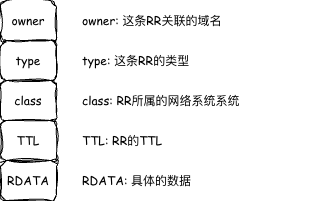
Above: source/_posts/DNSIntro/resource_record.png in theo1893/theo1893.github.io (draw.io), before the change. Source tidied: cells renumbered, new cells last; positions are measured from the earlier drawing's top-left corner, leaving out a move shared by most shapes.
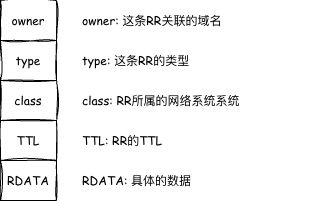
The same file after the commit.

Change to the diagram source:
```diff
@@ -2,19 +2,19 @@
   <root>
     <mxCell id="0" />
     <mxCell id="1" parent="0" />
-    <mxCell id="2" value="owner" style="rounded=1;whiteSpace=wrap;html=1;sketch=1;jiggle=2;curveFitting=1;strokeColor=default;align=center;verticalAlign=middle;fontFamily=Comic Sans MS;fontSize=12;fontColor=default;labelBackgroundColor=default;fillColor=default;" parent="1" vertex="1">
+    <mxCell id="2" value="owner" style="rounded=0;whiteSpace=wrap;html=1;sketch=1;jiggle=2;curveFitting=1;strokeColor=default;align=center;verticalAlign=middle;fontFamily=Comic Sans MS;fontSize=12;fontColor=default;labelBackgroundColor=default;fillColor=default;" parent="1" vertex="1">
       <mxGeometry width="56" height="40" as="geometry" />
     </mxCell>
-    <mxCell id="3" value="type" style="rounded=1;whiteSpace=wrap;html=1;sketch=1;jiggle=2;curveFitting=1;strokeColor=default;align=center;verticalAlign=middle;fontFamily=Comic Sans MS;fontSize=12;fontColor=default;labelBackgroundColor=default;fillColor=default;" parent="1" vertex="1">
+    <mxCell id="3" value="type" style="rounded=0;whiteSpace=wrap;html=1;sketch=1;jiggle=2;curveFitting=1;strokeColor=default;align=center;verticalAlign=middle;fontFamily=Comic Sans MS;fontSize=12;fontColor=default;labelBackgroundColor=default;fillColor=default;" parent="1" vertex="1">
       <mxGeometry y="40" width="56" height="40" as="geometry" />
     </mxCell>
-    <mxCell id="4" value="class" style="rounded=1;whiteSpace=wrap;html=1;sketch=1;jiggle=2;curveFitting=1;strokeColor=default;align=center;verticalAlign=middle;fontFamily=Comic Sans MS;fontSize=12;fontColor=default;labelBackgroundColor=default;fillColor=default;" parent="1" vertex="1">
+    <mxCell id="4" value="class" style="rounded=0;whiteSpace=wrap;html=1;sketch=1;jiggle=2;curveFitting=1;strokeColor=default;align=center;verticalAlign=middle;fontFamily=Comic Sans MS;fontSize=12;fontColor=default;labelBackgroundColor=default;fillColor=default;" parent="1" vertex="1">
       <mxGeometry y="80" width="56" height="40" as="geometry" />
     </mxCell>
-    <mxCell id="5" value="TTL" style="rounded=1;whiteSpace=wrap;html=1;sketch=1;jiggle=2;curveFitting=1;strokeColor=default;align=center;verticalAlign=middle;fontFamily=Comic Sans MS;fontSize=12;fontColor=default;labelBackgroundColor=default;fillColor=default;" parent="1" vertex="1">
+    <mxCell id="5" value="TTL" style="rounded=0;whiteSpace=wrap;html=1;sketch=1;jiggle=2;curveFitting=1;strokeColor=default;align=center;verticalAlign=middle;fontFamily=Comic Sans MS;fontSize=12;fontColor=default;labelBackgroundColor=default;fillColor=default;" parent="1" vertex="1">
       <mxGeometry y="120" width="56" height="40" as="geometry" />
     </mxCell>
-    <mxCell id="6" value="RDATA" style="rounded=1;whiteSpace=wrap;html=1;sketch=1;jiggle=2;curveFitting=1;strokeColor=default;align=center;verticalAlign=middle;fontFamily=Comic Sans MS;fontSize=12;fontColor=default;labelBackgroundColor=default;fillColor=default;" parent="1" vertex="1">
+    <mxCell id="6" value="RDATA" style="rounded=0;whiteSpace=wrap;html=1;sketch=1;jiggle=2;curveFitting=1;strokeColor=default;align=center;verticalAlign=middle;fontFamily=Comic Sans MS;fontSize=12;fontColor=default;labelBackgroundColor=default;fillColor=default;" parent="1" vertex="1">
       <mxGeometry y="160" width="56" height="40" as="geometry" />
     </mxCell>
     <mxCell id="7" value="owner: 这条RR关联的域名" style="text;html=1;whiteSpace=wrap;strokeColor=none;fillColor=none;align=left;verticalAlign=middle;rounded=0;fontFamily=Comic Sans MS;fontSize=12;fontColor=default;labelBackgroundColor=default;" parent="1" vertex="1">
```
